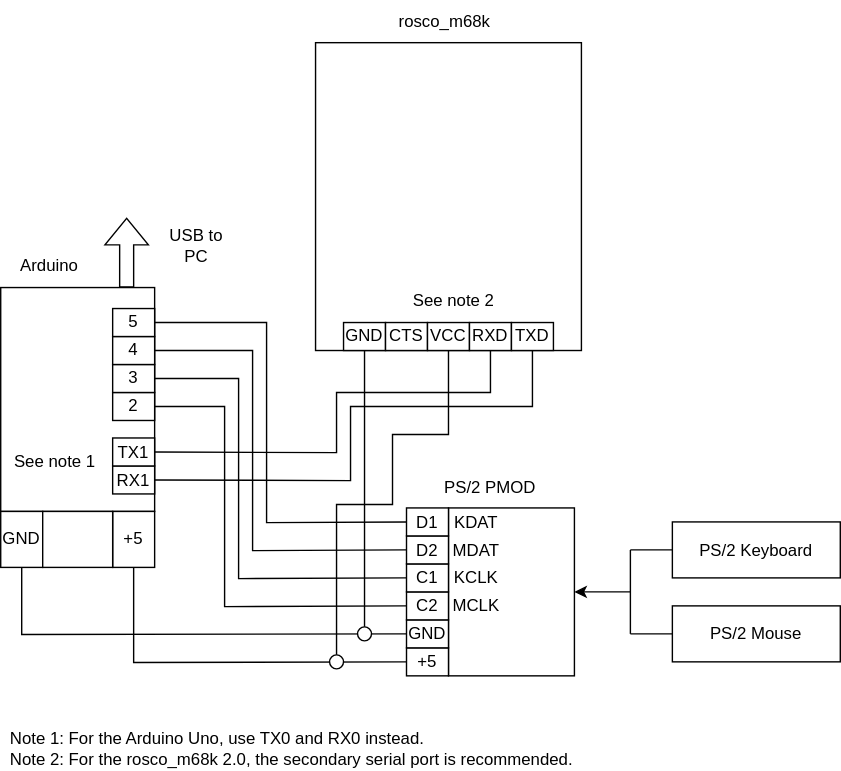
danodus/rosco_m68k_io keeps this draw.io diagram as doc/wiring_diagram.drawio.svg. Above is the earlier version. Source tidied: cells renumbered, new cells last; positions are measured from the earlier drawing's top-left corner, leaving out a move shared by most shapes.
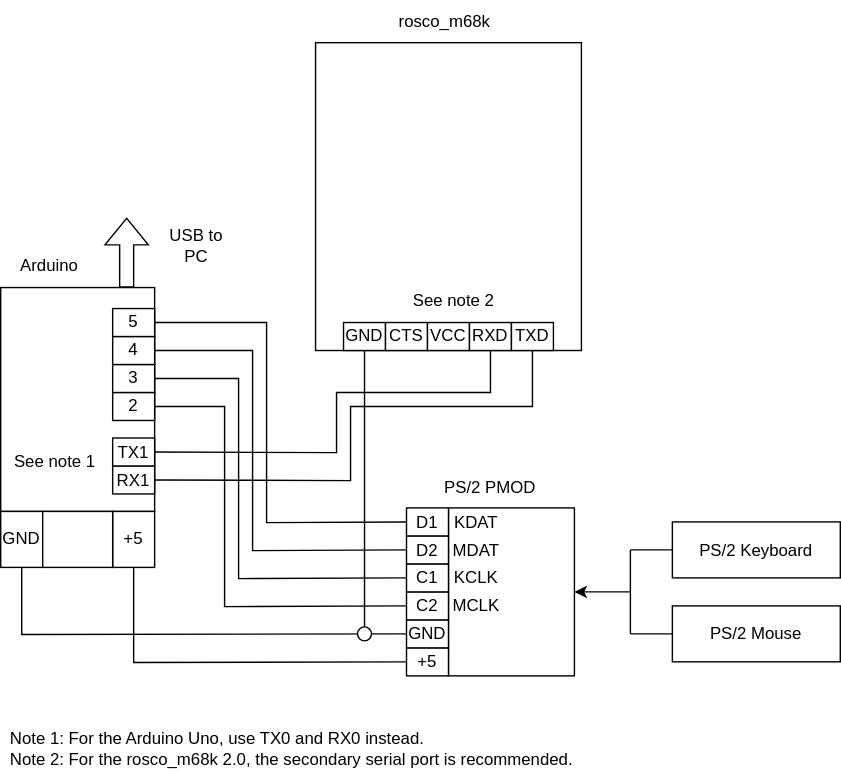
Later version of the same file.

What changed in the source:
```diff
@@ -159,17 +159,6 @@
     <mxCell id="40" value="CTS" style="rounded=0;whiteSpace=wrap;html=1;" parent="1" vertex="1">
       <mxGeometry x="275" y="230" width="30" height="20" as="geometry" />
     </mxCell>
-    <mxCell id="41" style="edgeStyle=none;rounded=0;html=1;exitX=0.5;exitY=1;exitDx=0;exitDy=0;endArrow=none;endFill=0;" parent="1" edge="1" source="42">
-      <mxGeometry relative="1" as="geometry">
-        <mxPoint x="240" y="470" as="targetPoint" />
-        <Array as="points">
-          <mxPoint x="320" y="310" />
-          <mxPoint x="280" y="310" />
-          <mxPoint x="280" y="360" />
-          <mxPoint x="240" y="360" />
-        </Array>
-      </mxGeometry>
-    </mxCell>
     <mxCell id="42" value="VCC" style="rounded=0;whiteSpace=wrap;html=1;" parent="1" vertex="1">
       <mxGeometry x="305" y="230" width="30" height="20" as="geometry" />
     </mxCell>
@@ -220,8 +209,5 @@
     <mxCell id="53" style="ellipse;whiteSpace=wrap;html=1;" parent="1" vertex="1">
       <mxGeometry x="255" y="447.5" width="10" height="10" as="geometry" />
     </mxCell>
-    <mxCell id="54" style="ellipse;whiteSpace=wrap;html=1;" parent="1" vertex="1">
-      <mxGeometry x="235" y="467.5" width="10" height="10" as="geometry" />
-    </mxCell>
   </root>
 </mxGraphModel>
```
